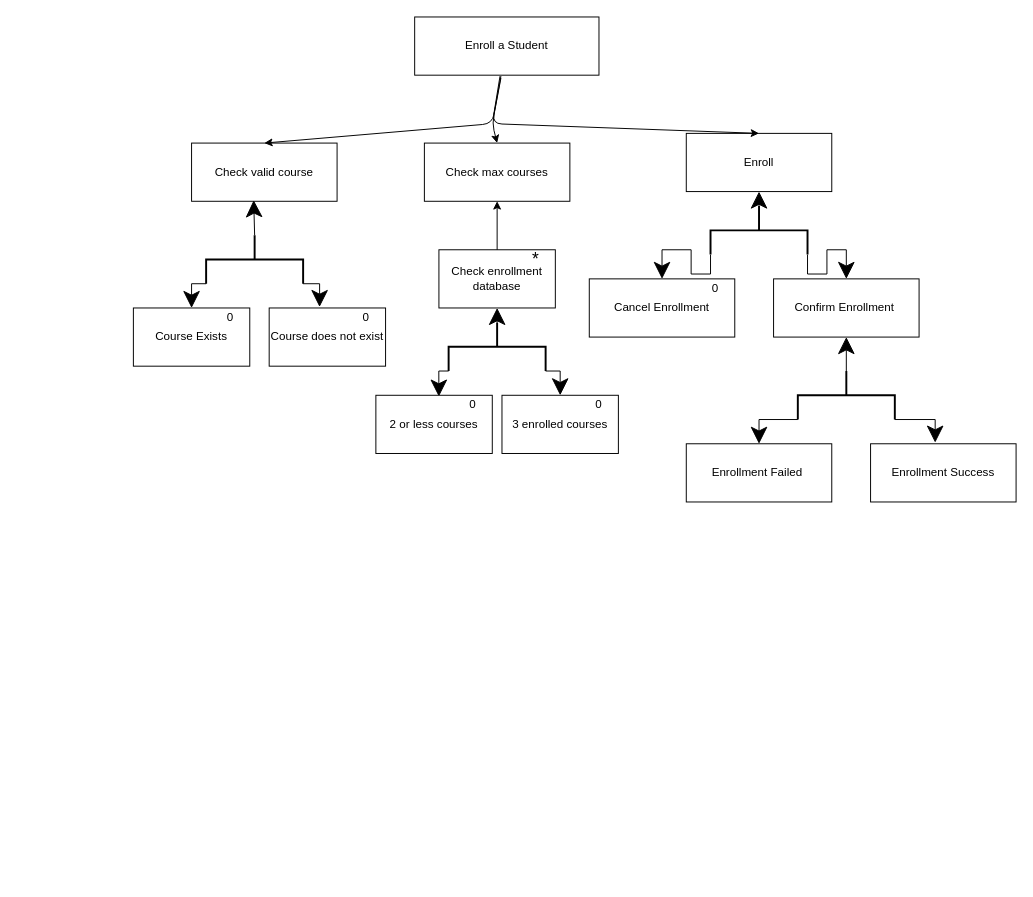
Above: page "DialogStructureDiagram" (5 of 6) of Unit2Question2.drawio in logankilpatrick/OxfordUnit2 (draw.io), before the change. Source tidied: cells renumbered, new cells numbered last; positions are measured from the earlier drawing's top-left corner, leaving out a move shared by most shapes. Both pictures are drawn from the tidied source at 97%, with x=0, y=0 at pixel (133, 16).
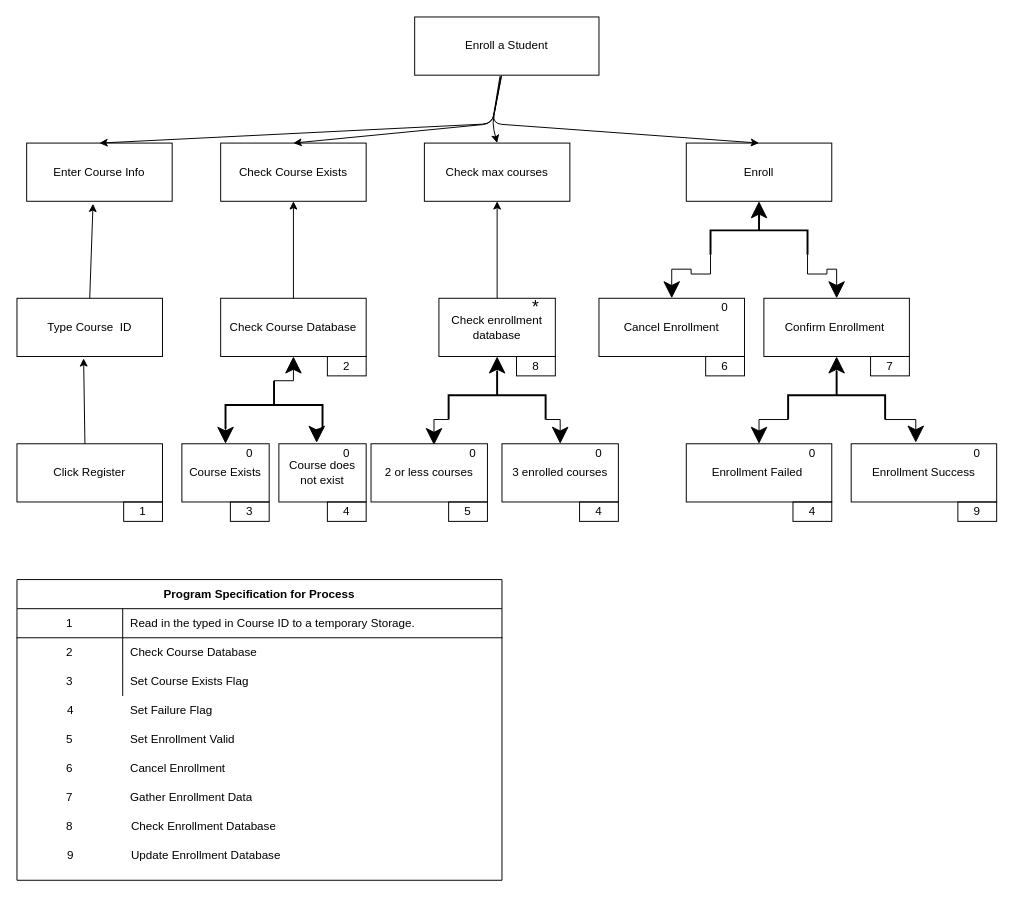
Above is the later version.

Unchanged cells that the change refers to:
```xml
<mxCell id="2" value="Enroll a Student" style="rounded=0;whiteSpace=wrap;html=1;" parent="1" vertex="1">
  <mxGeometry x="290" width="190" height="60" as="geometry" />
</mxCell>
```

The edit, as a diff of the source:
```diff
@@
-    <mxCell id="3" value="Check valid course" style="rounded=0;whiteSpace=wrap;html=1;" parent="1" vertex="1">
-      <mxGeometry x="60" y="130" width="150" height="60" as="geometry" />
+    <mxCell id="3" value="Enter Course Info" style="rounded=0;whiteSpace=wrap;html=1;" parent="1" vertex="1">
+      <mxGeometry x="-110" y="130" width="150" height="60" as="geometry" />
     </mxCell>
@@
     <mxCell id="5" value="Enroll" style="rounded=0;whiteSpace=wrap;html=1;" parent="1" vertex="1">
-      <mxGeometry x="570" y="120" width="150" height="60" as="geometry" />
+      <mxGeometry x="570" y="130" width="150" height="60" as="geometry" />
     </mxCell>
@@
-    <mxCell id="9" style="edgeStyle=orthogonalEdgeStyle;rounded=0;jettySize=auto;html=1;exitX=0;exitY=0.5;exitDx=0;exitDy=0;exitPerimeter=0;entryX=0.427;entryY=0.983;entryDx=0;entryDy=0;entryPerimeter=0;endSize=15;strokeWidth=1;" parent="1" edge="1" source="12" target="3">
-      <mxGeometry relative="1" as="geometry" />
-    </mxCell>
@@
+    <mxCell id="41" style="edgeStyle=orthogonalEdgeStyle;rounded=0;jettySize=auto;html=1;exitX=0;exitY=0.5;exitDx=0;exitDy=0;exitPerimeter=0;entryX=0.5;entryY=1;entryDx=0;entryDy=0;endSize=15;strokeWidth=1;fontSize=12;" parent="1" edge="1" source="12" target="67">
+      <mxGeometry relative="1" as="geometry" />
+    </mxCell>
     <mxCell id="12" style="strokeWidth=2;html=1;shape=mxgraph.flowchart.annotation_2;align=left;labelPosition=right;rotation=90;" parent="1" vertex="1">
-      <mxGeometry x="100" y="200" width="50" height="100" as="geometry" />
+      <mxGeometry x="120" y="350" width="50" height="100" as="geometry" />
     </mxCell>
     <mxCell id="13" value="Course does not exist" style="rounded=0;whiteSpace=wrap;html=1;" parent="1" vertex="1">
-      <mxGeometry x="140" y="300" width="120" height="60" as="geometry" />
+      <mxGeometry x="150" y="440" width="90" height="60" as="geometry" />
     </mxCell>
     <mxCell id="14" value="Course Exists" style="rounded=0;whiteSpace=wrap;html=1;" parent="1" vertex="1">
-      <mxGeometry y="300" width="120" height="60" as="geometry" />
+      <mxGeometry x="50" y="440" width="90" height="60" as="geometry" />
     </mxCell>
@@
     <mxCell id="18" style="strokeWidth=2;html=1;shape=mxgraph.flowchart.annotation_2;align=left;labelPosition=right;rotation=90;" parent="1" vertex="1">
-      <mxGeometry x="350" y="290" width="50" height="100" as="geometry" />
+      <mxGeometry x="350" y="340" width="50" height="100" as="geometry" />
     </mxCell>
     <mxCell id="19" value="2 or less courses" style="rounded=0;whiteSpace=wrap;html=1;" parent="1" vertex="1">
-      <mxGeometry x="250" y="390" width="120" height="60" as="geometry" />
+      <mxGeometry x="245" y="440" width="120" height="60" as="geometry" />
     </mxCell>
     <mxCell id="20" value="3 enrolled courses" style="rounded=0;whiteSpace=wrap;html=1;" parent="1" vertex="1">
-      <mxGeometry x="380" y="390" width="120" height="60" as="geometry" />
+      <mxGeometry x="380" y="440" width="120" height="60" as="geometry" />
     </mxCell>
     <mxCell id="21" value="Check enrollment database" style="rounded=0;whiteSpace=wrap;html=1;" parent="1" vertex="1">
-      <mxGeometry x="315" y="240" width="120" height="60" as="geometry" />
+      <mxGeometry x="315" y="290" width="120" height="60" as="geometry" />
     </mxCell>
@@
     <mxCell id="23" value="0" style="text;html=1;strokeColor=none;fillColor=none;align=center;verticalAlign=middle;whiteSpace=wrap;rounded=0;" parent="1" vertex="1">
-      <mxGeometry x="80" y="300" width="40" height="20" as="geometry" />
+      <mxGeometry x="100" y="440" width="40" height="20" as="geometry" />
     </mxCell>
     <mxCell id="24" value="0" style="text;html=1;strokeColor=none;fillColor=none;align=center;verticalAlign=middle;whiteSpace=wrap;rounded=0;" parent="1" vertex="1">
-      <mxGeometry x="220" y="300" width="40" height="20" as="geometry" />
+      <mxGeometry x="200" y="440" width="40" height="20" as="geometry" />
     </mxCell>
     <mxCell id="25" value="0" style="text;html=1;strokeColor=none;fillColor=none;align=center;verticalAlign=middle;whiteSpace=wrap;rounded=0;" parent="1" vertex="1">
-      <mxGeometry x="330" y="390" width="40" height="20" as="geometry" />
+      <mxGeometry x="330" y="440" width="40" height="20" as="geometry" />
     </mxCell>
     <mxCell id="26" value="0" style="text;html=1;strokeColor=none;fillColor=none;align=center;verticalAlign=middle;whiteSpace=wrap;rounded=0;" parent="1" vertex="1">
-      <mxGeometry x="460" y="390" width="40" height="20" as="geometry" />
+      <mxGeometry x="460" y="440" width="40" height="20" as="geometry" />
     </mxCell>
     <mxCell id="27" value="*" style="text;html=1;strokeColor=none;fillColor=none;align=center;verticalAlign=middle;whiteSpace=wrap;rounded=0;fontSize=18;" parent="1" vertex="1">
-      <mxGeometry x="395" y="240" width="40" height="20" as="geometry" />
+      <mxGeometry x="395" y="290" width="40" height="20" as="geometry" />
     </mxCell>
     <mxCell id="28" value="Confirm Enrollment&amp;nbsp;" style="rounded=0;whiteSpace=wrap;html=1;" parent="1" vertex="1">
-      <mxGeometry x="660" y="270" width="150" height="60" as="geometry" />
+      <mxGeometry x="650" y="290" width="150" height="60" as="geometry" />
     </mxCell>
     <mxCell id="29" value="Cancel Enrollment" style="rounded=0;whiteSpace=wrap;html=1;" parent="1" vertex="1">
-      <mxGeometry x="470" y="270" width="150" height="60" as="geometry" />
+      <mxGeometry x="480" y="290" width="150" height="60" as="geometry" />
     </mxCell>
@@
     <mxCell id="34" value="0" style="text;html=1;strokeColor=none;fillColor=none;align=center;verticalAlign=middle;whiteSpace=wrap;rounded=0;fontSize=12;" parent="1" vertex="1">
-      <mxGeometry x="580" y="270" width="40" height="20" as="geometry" />
+      <mxGeometry x="590" y="290" width="40" height="20" as="geometry" />
     </mxCell>
@@
     <mxCell id="38" style="strokeWidth=2;html=1;shape=mxgraph.flowchart.annotation_2;align=left;labelPosition=right;rotation=90;" parent="1" vertex="1">
-      <mxGeometry x="710" y="340" width="50" height="100" as="geometry" />
+      <mxGeometry x="700" y="340" width="50" height="100" as="geometry" />
     </mxCell>
@@
     <mxCell id="40" value="Enrollment Success" style="rounded=0;whiteSpace=wrap;html=1;" parent="1" vertex="1">
-      <mxGeometry x="760" y="440" width="150" height="60" as="geometry" />
+      <mxGeometry x="740" y="440" width="150" height="60" as="geometry" />
     </mxCell>
+    <mxCell id="42" value="0" style="text;html=1;strokeColor=none;fillColor=none;align=center;verticalAlign=middle;whiteSpace=wrap;rounded=0;fontSize=12;" parent="1" vertex="1">
+      <mxGeometry x="680" y="440" width="40" height="20" as="geometry" />
+    </mxCell>
+    <mxCell id="43" value="0" style="text;html=1;strokeColor=none;fillColor=none;align=center;verticalAlign=middle;whiteSpace=wrap;rounded=0;fontSize=12;" parent="1" vertex="1">
+      <mxGeometry x="850" y="440" width="40" height="20" as="geometry" />
+    </mxCell>
+    <mxCell id="44" value="Click Register" style="rounded=0;whiteSpace=wrap;html=1;" parent="1" vertex="1">
+      <mxGeometry x="-120" y="440" width="150" height="60" as="geometry" />
+    </mxCell>
+    <mxCell id="45" value="Type Course &amp;nbsp;ID" style="rounded=0;whiteSpace=wrap;html=1;" parent="1" vertex="1">
+      <mxGeometry x="-120" y="290" width="150" height="60" as="geometry" />
+    </mxCell>
+    <mxCell id="46" style="endArrow=classic;html=1;strokeWidth=1;fontSize=12;exitX=0.5;exitY=0;exitDx=0;exitDy=0;entryX=0.456;entryY=1.043;entryDx=0;entryDy=0;entryPerimeter=0;" parent="1" edge="1" source="45" target="3">
+      <mxGeometry relative="1" as="geometry" />
+    </mxCell>
+    <mxCell id="47" style="endArrow=classic;html=1;strokeWidth=1;fontSize=12;exitX=0.467;exitY=0;exitDx=0;exitDy=0;exitPerimeter=0;entryX=0.458;entryY=1.032;entryDx=0;entryDy=0;entryPerimeter=0;" parent="1" edge="1" source="44" target="45">
+      <mxGeometry relative="1" as="geometry" />
+    </mxCell>
+    <mxCell id="48" value="Check Course Exists" style="rounded=0;whiteSpace=wrap;html=1;" parent="1" vertex="1">
+      <mxGeometry x="90" y="130" width="150" height="60" as="geometry" />
+    </mxCell>
+    <mxCell id="49" style="endArrow=classic;html=1;strokeWidth=1;fontSize=12;exitX=0.472;exitY=1.003;exitDx=0;exitDy=0;exitPerimeter=0;entryX=0.5;entryY=0;entryDx=0;entryDy=0;" parent="1" edge="1" source="2" target="48">
+      <mxGeometry relative="1" as="geometry">
+        <Array as="points">
+          <mxPoint x="370" y="110" />
+        </Array>
+      </mxGeometry>
+    </mxCell>
+    <mxCell id="50" value="Program Specification for Process" style="shape=table;html=1;whiteSpace=wrap;startSize=30;childLayout=tableLayout;rowLines=0;fontStyle=1;align=center;fontSize=12;" parent="1" vertex="1">
+      <mxGeometry x="-120" y="580" width="500" height="310" as="geometry" />
+    </mxCell>
+    <mxCell id="51" style="shape=partialRectangle;html=1;whiteSpace=wrap;fillColor=none;top=0;left=0;bottom=1;right=0;" parent="50" vertex="1">
+      <mxGeometry y="30" width="500" height="30" as="geometry" />
+    </mxCell>
+    <mxCell id="52" value="1" style="shape=partialRectangle;html=1;whiteSpace=wrap;fillColor=none;top=0;left=0;bottom=0;right=0;overflow=hidden;" parent="51" vertex="1">
+      <mxGeometry width="109" height="30" as="geometry" />
+    </mxCell>
+    <mxCell id="53" value="Read in the typed in Course ID to a temporary Storage.&amp;nbsp;" style="shape=partialRectangle;html=1;whiteSpace=wrap;fillColor=none;top=0;left=0;bottom=0;right=0;align=left;spacingLeft=6;overflow=hidden;" parent="51" vertex="1">
+      <mxGeometry x="109" width="391" height="30" as="geometry" />
+    </mxCell>
+    <mxCell id="54" style="shape=partialRectangle;html=1;whiteSpace=wrap;fillColor=none;top=0;left=0;bottom=0;right=0;" parent="50" vertex="1">
+      <mxGeometry y="60" width="500" height="30" as="geometry" />
+    </mxCell>
+    <mxCell id="55" value="2" style="shape=partialRectangle;html=1;whiteSpace=wrap;fillColor=none;top=0;left=0;bottom=0;right=0;overflow=hidden;" parent="54" vertex="1">
+      <mxGeometry width="109" height="30" as="geometry" />
+    </mxCell>
+    <mxCell id="56" value="Check Course Database" style="shape=partialRectangle;html=1;whiteSpace=wrap;fillColor=none;top=0;left=0;bottom=0;right=0;align=left;spacingLeft=6;overflow=hidden;" parent="54" vertex="1">
+      <mxGeometry x="109" width="391" height="30" as="geometry" />
+    </mxCell>
+    <mxCell id="57" style="shape=partialRectangle;html=1;whiteSpace=wrap;fillColor=none;top=0;left=0;bottom=0;right=0;" parent="50" vertex="1">
+      <mxGeometry y="90" width="500" height="30" as="geometry" />
+    </mxCell>
+    <mxCell id="58" value="3" style="shape=partialRectangle;html=1;whiteSpace=wrap;fillColor=none;top=0;left=0;bottom=0;right=0;overflow=hidden;" parent="57" vertex="1">
+      <mxGeometry width="109" height="30" as="geometry" />
+    </mxCell>
+    <mxCell id="59" value="Set Course Exists Flag" style="shape=partialRectangle;html=1;whiteSpace=wrap;fillColor=none;top=0;left=0;bottom=0;right=0;align=left;spacingLeft=6;overflow=hidden;" parent="57" vertex="1">
+      <mxGeometry x="109" width="391" height="30" as="geometry" />
+    </mxCell>
+    <mxCell id="60" value="1" style="text;html=1;fillColor=none;align=center;verticalAlign=middle;whiteSpace=wrap;rounded=0;fontSize=12;strokeColor=#000000;" parent="1" vertex="1">
+      <mxGeometry x="-10" y="500" width="40" height="20" as="geometry" />
+    </mxCell>
+    <mxCell id="61" value="Set Failure Flag" style="shape=partialRectangle;html=1;whiteSpace=wrap;fillColor=none;top=0;left=0;bottom=0;right=0;align=left;spacingLeft=6;overflow=hidden;" parent="1" vertex="1">
+      <mxGeometry x="-11" y="700" width="391" height="30" as="geometry" />
+    </mxCell>
+    <mxCell id="62" value="Set Enrollment Valid" style="shape=partialRectangle;html=1;whiteSpace=wrap;fillColor=none;top=0;left=0;bottom=0;right=0;align=left;spacingLeft=6;overflow=hidden;" parent="1" vertex="1">
+      <mxGeometry x="-11" y="730" width="391" height="30" as="geometry" />
+    </mxCell>
+    <mxCell id="63" value="4" style="shape=partialRectangle;html=1;whiteSpace=wrap;fillColor=none;top=0;left=0;bottom=0;right=0;overflow=hidden;" parent="1" vertex="1">
+      <mxGeometry x="-119" y="700" width="109" height="30" as="geometry" />
+    </mxCell>
+    <mxCell id="64" value="5" style="shape=partialRectangle;html=1;whiteSpace=wrap;fillColor=none;top=0;left=0;bottom=0;right=0;overflow=hidden;" parent="1" vertex="1">
+      <mxGeometry x="-120" y="730" width="109" height="30" as="geometry" />
+    </mxCell>
+    <mxCell id="65" value="2" style="text;html=1;fillColor=none;align=center;verticalAlign=middle;whiteSpace=wrap;rounded=0;fontSize=12;strokeColor=#000000;" parent="1" vertex="1">
+      <mxGeometry x="200" y="350" width="40" height="20" as="geometry" />
+    </mxCell>
+    <mxCell id="66" value="3" style="text;html=1;fillColor=none;align=center;verticalAlign=middle;whiteSpace=wrap;rounded=0;fontSize=12;strokeColor=#000000;" parent="1" vertex="1">
+      <mxGeometry x="100" y="500" width="40" height="20" as="geometry" />
+    </mxCell>
+    <mxCell id="67" value="Check Course Database" style="rounded=0;whiteSpace=wrap;html=1;" parent="1" vertex="1">
+      <mxGeometry x="90" y="290" width="150" height="60" as="geometry" />
+    </mxCell>
+    <mxCell id="68" style="endArrow=classic;html=1;strokeWidth=1;fontSize=12;entryX=0.5;entryY=1;entryDx=0;entryDy=0;exitX=0.5;exitY=0;exitDx=0;exitDy=0;" parent="1" edge="1" source="67" target="48">
+      <mxGeometry relative="1" as="geometry" />
+    </mxCell>
+    <mxCell id="69" value="4" style="text;html=1;fillColor=none;align=center;verticalAlign=middle;whiteSpace=wrap;rounded=0;fontSize=12;strokeColor=#000000;" parent="1" vertex="1">
+      <mxGeometry x="200" y="500" width="40" height="20" as="geometry" />
+    </mxCell>
+    <mxCell id="70" value="4" style="text;html=1;fillColor=none;align=center;verticalAlign=middle;whiteSpace=wrap;rounded=0;fontSize=12;strokeColor=#000000;" parent="1" vertex="1">
+      <mxGeometry x="460" y="500" width="40" height="20" as="geometry" />
+    </mxCell>
+    <mxCell id="71" value="4" style="text;html=1;fillColor=none;align=center;verticalAlign=middle;whiteSpace=wrap;rounded=0;fontSize=12;strokeColor=#000000;" parent="1" vertex="1">
+      <mxGeometry x="680" y="500" width="40" height="20" as="geometry" />
+    </mxCell>
+    <mxCell id="72" value="5" style="text;html=1;fillColor=none;align=center;verticalAlign=middle;whiteSpace=wrap;rounded=0;fontSize=12;strokeColor=#000000;" parent="1" vertex="1">
+      <mxGeometry x="325" y="500" width="40" height="20" as="geometry" />
+    </mxCell>
+    <mxCell id="73" value="6" style="text;html=1;fillColor=none;align=center;verticalAlign=middle;whiteSpace=wrap;rounded=0;fontSize=12;strokeColor=#000000;" parent="1" vertex="1">
+      <mxGeometry x="590" y="350" width="40" height="20" as="geometry" />
+    </mxCell>
+    <mxCell id="74" value="6" style="shape=partialRectangle;html=1;whiteSpace=wrap;fillColor=none;top=0;left=0;bottom=0;right=0;overflow=hidden;" parent="1" vertex="1">
+      <mxGeometry x="-120" y="760" width="109" height="30" as="geometry" />
+    </mxCell>
+    <mxCell id="75" value="7" style="shape=partialRectangle;html=1;whiteSpace=wrap;fillColor=none;top=0;left=0;bottom=0;right=0;overflow=hidden;" parent="1" vertex="1">
+      <mxGeometry x="-120" y="790" width="109" height="30" as="geometry" />
+    </mxCell>
+    <mxCell id="76" value="8" style="shape=partialRectangle;html=1;whiteSpace=wrap;fillColor=none;top=0;left=0;bottom=0;right=0;overflow=hidden;" parent="1" vertex="1">
+      <mxGeometry x="-120" y="820" width="109" height="30" as="geometry" />
+    </mxCell>
+    <mxCell id="77" value="9" style="shape=partialRectangle;html=1;whiteSpace=wrap;fillColor=none;top=0;left=0;bottom=0;right=0;overflow=hidden;" parent="1" vertex="1">
+      <mxGeometry x="-119" y="850" width="109" height="30" as="geometry" />
+    </mxCell>
+    <mxCell id="78" value="Cancel Enrollment" style="shape=partialRectangle;html=1;whiteSpace=wrap;fillColor=none;top=0;left=0;bottom=0;right=0;align=left;spacingLeft=6;overflow=hidden;" parent="1" vertex="1">
+      <mxGeometry x="-11" y="760" width="391" height="30" as="geometry" />
+    </mxCell>
+    <mxCell id="79" value="Gather Enrollment Data" style="shape=partialRectangle;html=1;whiteSpace=wrap;fillColor=none;top=0;left=0;bottom=0;right=0;align=left;spacingLeft=6;overflow=hidden;" parent="1" vertex="1">
+      <mxGeometry x="-11" y="790" width="391" height="30" as="geometry" />
+    </mxCell>
+    <mxCell id="80" value="Check Enrollment Database" style="shape=partialRectangle;html=1;whiteSpace=wrap;fillColor=none;top=0;left=0;bottom=0;right=0;align=left;spacingLeft=6;overflow=hidden;" parent="1" vertex="1">
+      <mxGeometry x="-10" y="820" width="391" height="30" as="geometry" />
+    </mxCell>
+    <mxCell id="81" value="Update Enrollment Database" style="shape=partialRectangle;html=1;whiteSpace=wrap;fillColor=none;top=0;left=0;bottom=0;right=0;align=left;spacingLeft=6;overflow=hidden;" parent="1" vertex="1">
+      <mxGeometry x="-10" y="850" width="391" height="30" as="geometry" />
+    </mxCell>
+    <mxCell id="82" value="7" style="text;html=1;fillColor=none;align=center;verticalAlign=middle;whiteSpace=wrap;rounded=0;fontSize=12;strokeColor=#000000;" parent="1" vertex="1">
+      <mxGeometry x="760" y="350" width="40" height="20" as="geometry" />
+    </mxCell>
+    <mxCell id="83" value="8" style="text;html=1;fillColor=none;align=center;verticalAlign=middle;whiteSpace=wrap;rounded=0;fontSize=12;strokeColor=#000000;" parent="1" vertex="1">
+      <mxGeometry x="395" y="350" width="40" height="20" as="geometry" />
+    </mxCell>
+    <mxCell id="84" value="9" style="text;html=1;fillColor=none;align=center;verticalAlign=middle;whiteSpace=wrap;rounded=0;fontSize=12;strokeColor=#000000;" parent="1" vertex="1">
+      <mxGeometry x="850" y="500" width="40" height="20" as="geometry" />
+    </mxCell>
```
